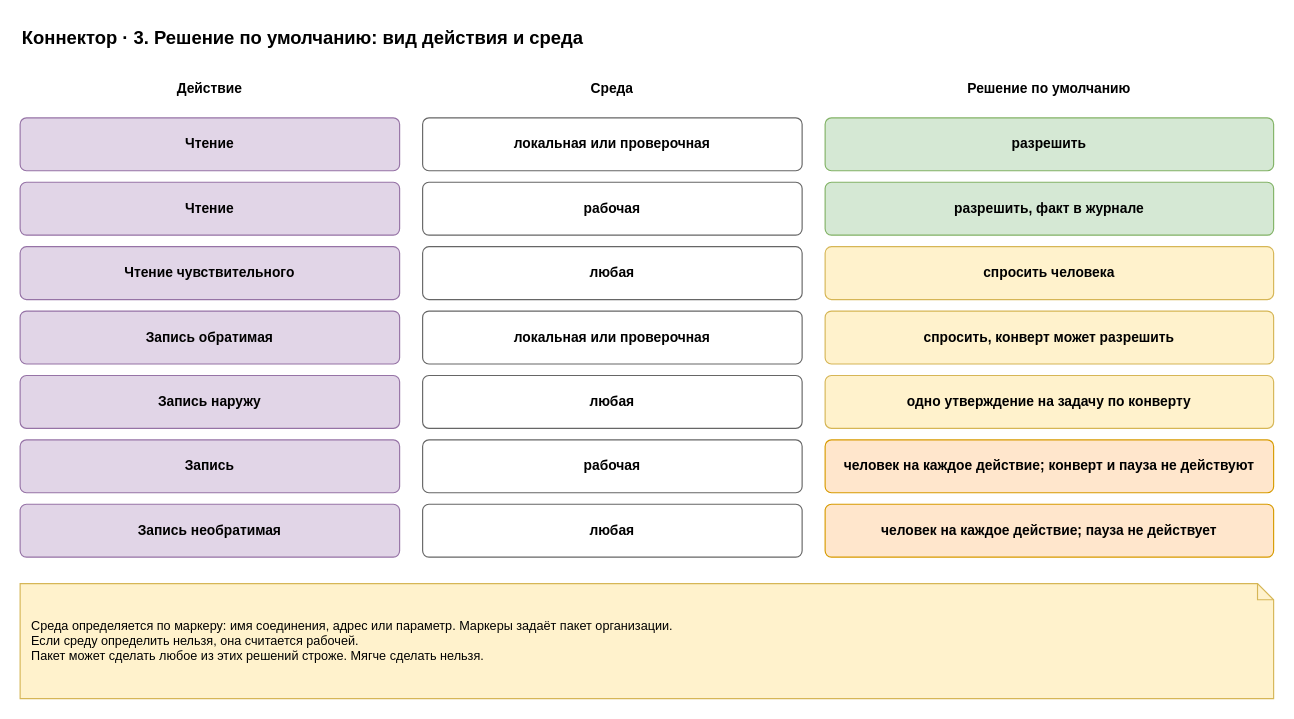
Before: page "3. Среды" (3 of 6) of docs/spec/harness-connector.drawio in roygkov/reins, a draw.io diagram. Source tidied: cells renumbered, new cells numbered last; positions are measured from the earlier drawing's top-left corner, leaving out a move shared by most shapes. Both pictures are drawn from the tidied source at 115%, with x=0, y=0 at pixel (20, 20).
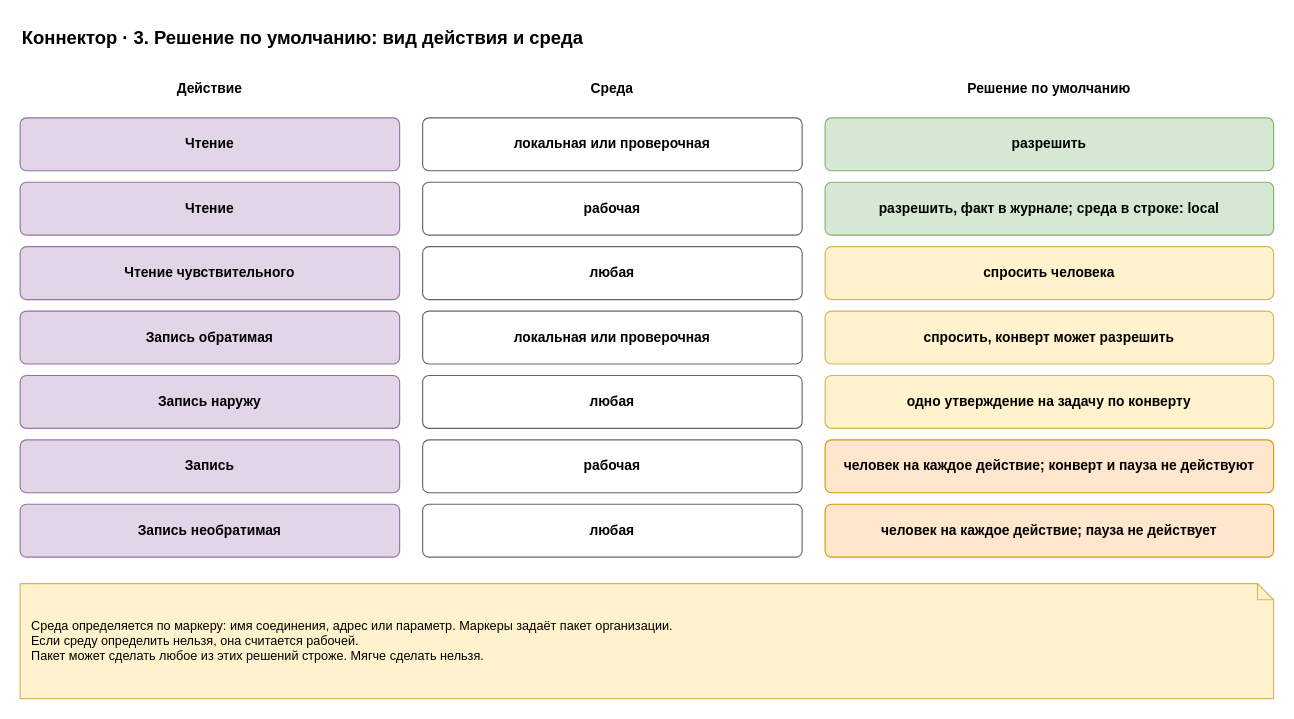
The same diagram, later.

Diff of the diagram source:
```diff
@@
-    <mxCell id="11" value="&lt;b&gt;разрешить, факт в журнале&lt;/b&gt;" style="rounded=1;whiteSpace=wrap;html=1;fillColor=#d5e8d4;strokeColor=#82b366;arcSize=12;fontStyle=0;" parent="1" vertex="1">
+    <mxCell id="11" value="&lt;b&gt;разрешить, факт в журнале; среда в строке: local&lt;/b&gt;" style="rounded=1;whiteSpace=wrap;html=1;fillColor=#d5e8d4;strokeColor=#82b366;arcSize=12;fontStyle=0;" parent="1" vertex="1">
       <mxGeometry x="700" y="141" width="390" height="46" as="geometry" />
     </mxCell>
```
